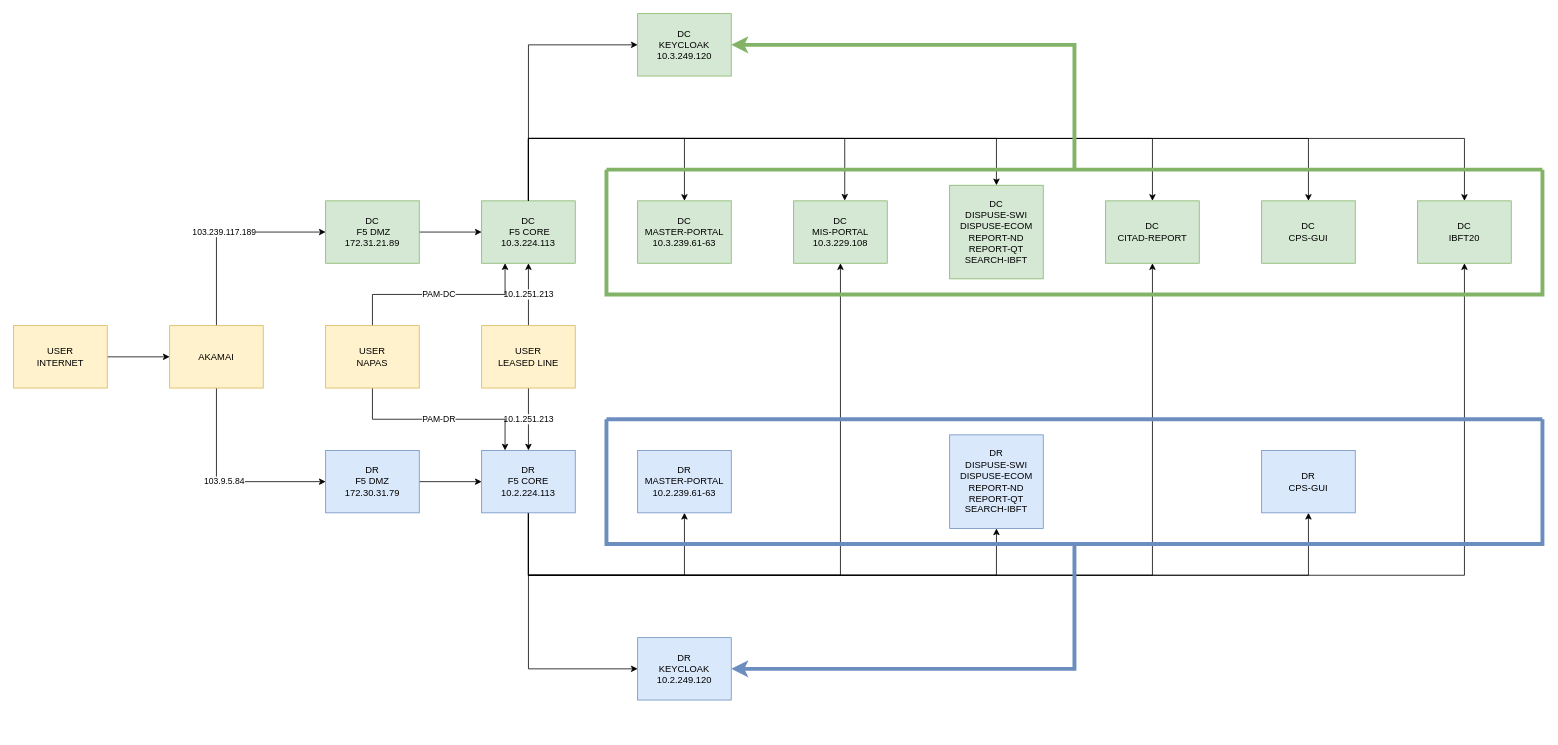
greytiger/qnk-dev-tools keeps this draw.io diagram as page "MASTER-PORTAL" (2 of 2) of Mo hinh trien khai DC_DR DPP.drawio. Above is the earlier version. Source tidied: cells renumbered, new cells numbered last; positions are measured from the earlier drawing's top-left corner, leaving out a move shared by most shapes. Both pictures are drawn from the tidied source at 78%, with x=0, y=0 at pixel (13, 13).
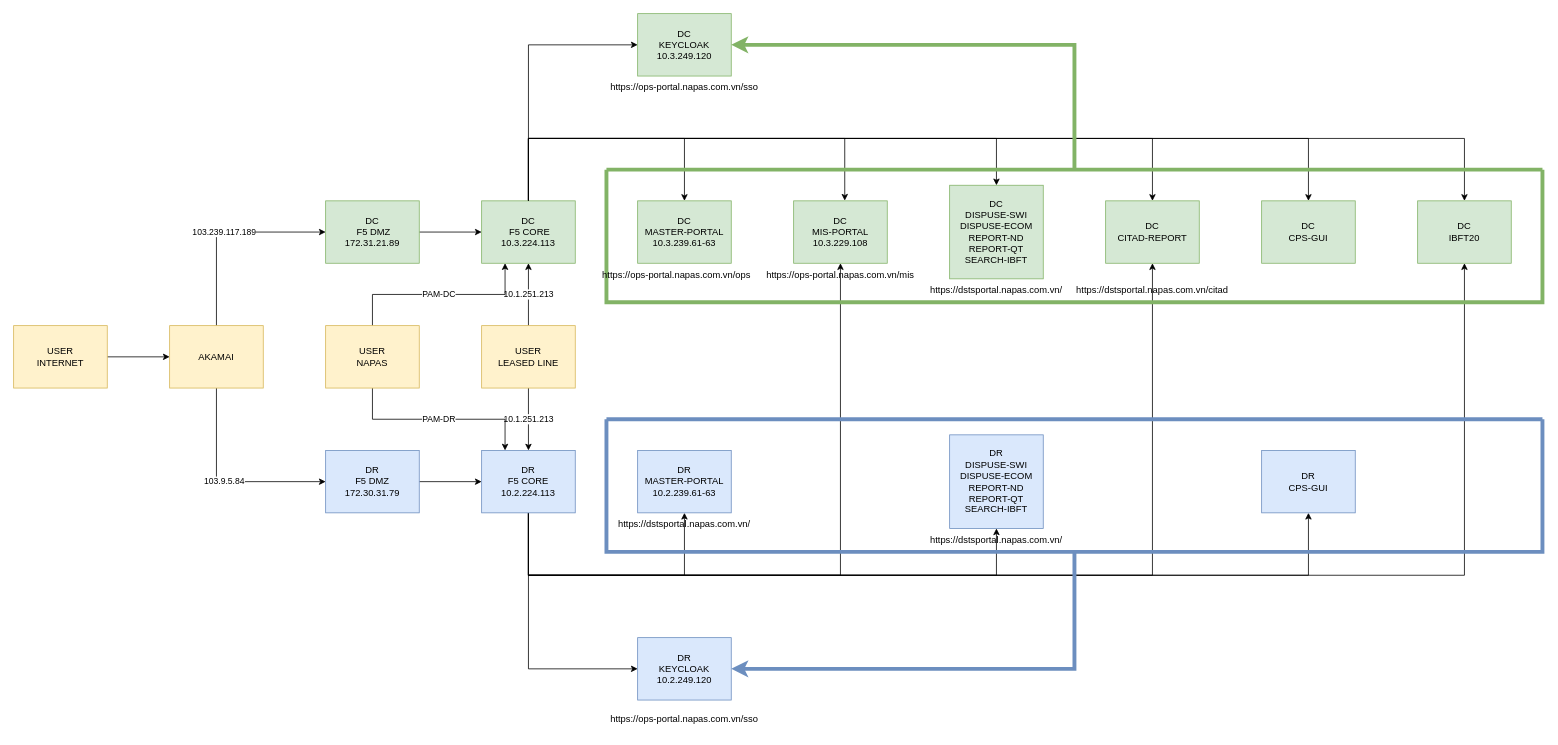
The same page after the edit.

The edit, as a diff of the source:
```diff
@@
     <mxCell id="41" style="swimlane;startSize=0;fillColor=#d5e8d4;strokeColor=#82b366;strokeWidth=5;" parent="1" vertex="1">
-      <mxGeometry x="760" y="200" width="1200" height="160" as="geometry" />
+      <mxGeometry x="760" y="200" width="1200" height="170" as="geometry" />
     </mxCell>
+    <mxCell id="48" value="https://ops-portal.napas.com.vn/ops" style="text;html=1;whiteSpace=wrap;strokeColor=none;fillColor=none;align=center;verticalAlign=middle;rounded=0;" parent="41" vertex="1">
+      <mxGeometry x="-20" y="120" width="220" height="30" as="geometry" />
+    </mxCell>
+    <mxCell id="49" value="https://ops-portal.napas.com.vn/mis" style="text;html=1;whiteSpace=wrap;strokeColor=none;fillColor=none;align=center;verticalAlign=middle;rounded=0;" parent="41" vertex="1">
+      <mxGeometry x="190" y="120" width="220" height="30" as="geometry" />
+    </mxCell>
+    <mxCell id="50" value="https://dstsportal.napas.com.vn/" style="text;html=1;whiteSpace=wrap;strokeColor=none;fillColor=none;align=center;verticalAlign=middle;rounded=0;" parent="41" vertex="1">
+      <mxGeometry x="390" y="140" width="220" height="30" as="geometry" />
+    </mxCell>
+    <mxCell id="51" value="https://dstsportal.napas.com.vn/citad" style="text;html=1;whiteSpace=wrap;strokeColor=none;fillColor=none;align=center;verticalAlign=middle;rounded=0;" parent="41" vertex="1">
+      <mxGeometry x="590" y="140" width="220" height="30" as="geometry" />
+    </mxCell>
@@
     <mxCell id="43" style="swimlane;startSize=0;fillColor=#dae8fc;strokeColor=#6c8ebf;strokeWidth=5;" parent="1" vertex="1">
-      <mxGeometry x="760" y="520" width="1200" height="160" as="geometry" />
+      <mxGeometry x="760" y="520" width="1200" height="170" as="geometry" />
     </mxCell>
+    <mxCell id="52" value="https://dstsportal.napas.com.vn/" style="text;html=1;whiteSpace=wrap;strokeColor=none;fillColor=none;align=center;verticalAlign=middle;rounded=0;" parent="43" vertex="1">
+      <mxGeometry x="-10" y="120" width="220" height="30" as="geometry" />
+    </mxCell>
+    <mxCell id="53" value="https://dstsportal.napas.com.vn/" style="text;html=1;whiteSpace=wrap;strokeColor=none;fillColor=none;align=center;verticalAlign=middle;rounded=0;" parent="43" vertex="1">
+      <mxGeometry x="390" y="140" width="220" height="30" as="geometry" />
+    </mxCell>
-    <mxCell id="44" value="DR&lt;br&gt;KEYCLOAK&lt;br&gt;&lt;span&gt;10.2.249.120&lt;/span&gt;" style="rounded=0;whiteSpace=wrap;html=1;fillColor=#dae8fc;strokeColor=#6c8ebf;" parent="1" vertex="1">
+    <mxCell id="44" value="DR&lt;br&gt;KEYCLOAK&lt;br&gt;&lt;span&gt;10.2.249.120&lt;br&gt;&lt;/span&gt;" style="rounded=0;whiteSpace=wrap;html=1;fillColor=#dae8fc;strokeColor=#6c8ebf;" parent="1" vertex="1">
       <mxGeometry x="800" y="800" width="120" height="80" as="geometry" />
     </mxCell>
@@
+    <mxCell id="54" value="https://ops-portal.napas.com.vn/sso" style="text;html=1;whiteSpace=wrap;strokeColor=none;fillColor=none;align=center;verticalAlign=middle;rounded=0;" parent="1" vertex="1">
+      <mxGeometry x="750" y="890" width="220" height="30" as="geometry" />
+    </mxCell>
+    <mxCell id="55" value="https://ops-portal.napas.com.vn/sso" style="text;html=1;whiteSpace=wrap;strokeColor=none;fillColor=none;align=center;verticalAlign=middle;rounded=0;" parent="1" vertex="1">
+      <mxGeometry x="750" y="80" width="220" height="30" as="geometry" />
+    </mxCell>
```
